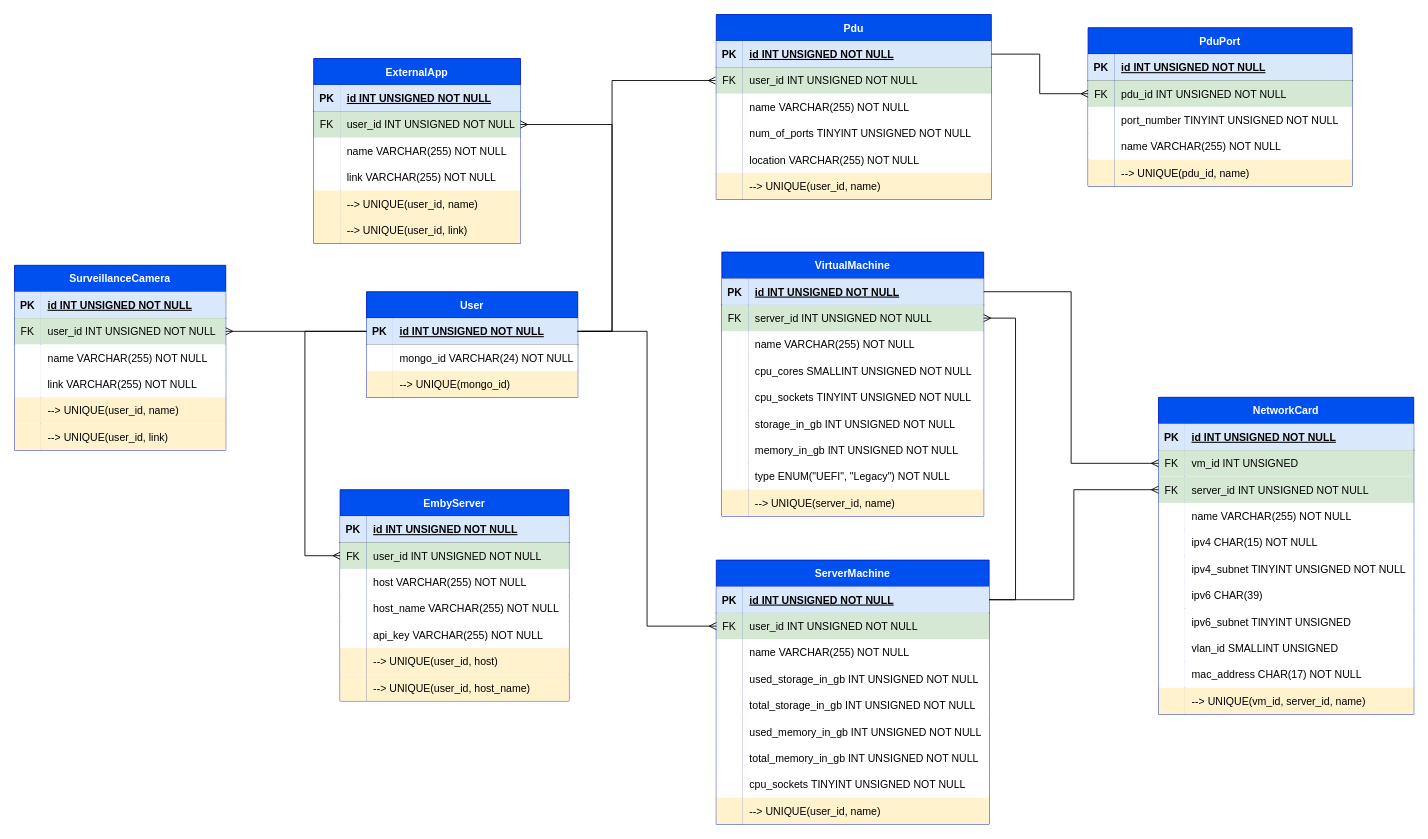
jahnueldorelus/dashboard-db keeps this draw.io diagram as entity-relationship-diagram/Database ERD.drawio. Above is the earlier version. Source tidied: cells renumbered, new cells numbered last; positions are measured from the earlier drawing's top-left corner, leaving out a move shared by most shapes. Both pictures are drawn from the tidied source at 88%, with x=0, y=0 at pixel (14, 14).
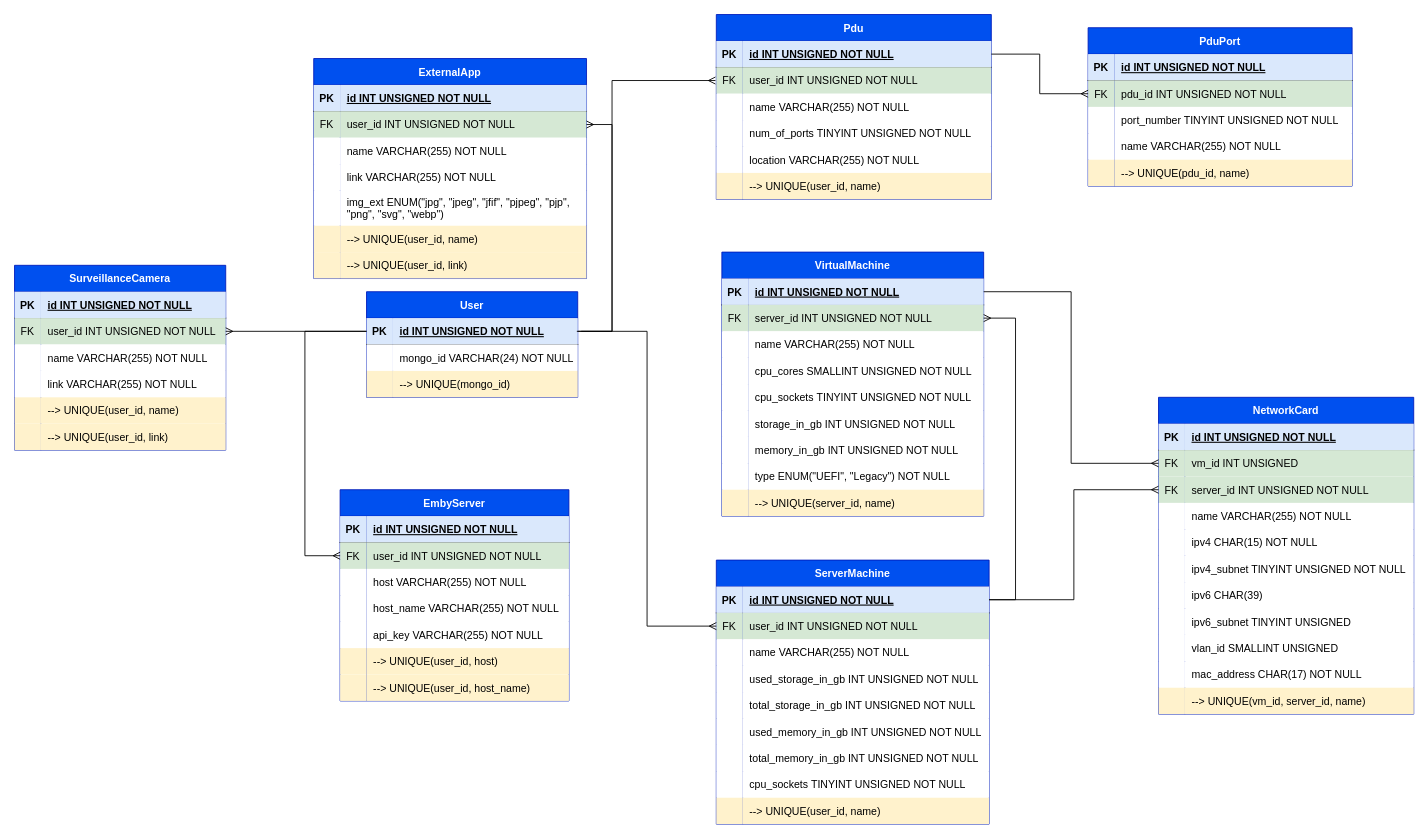
Above is the later version.

The edit, as a diff of the source:
```diff
@@
     <mxCell id="12" value="ExternalApp" style="shape=table;startSize=30;childLayout=tableLayout;rowLines=0;fontStyle=1;align=center;fillColor=#0050ef;fontColor=#ffffff;strokeColor=#001DBC;" parent="1" vertex="1">
-      <mxGeometry x="340" y="50" width="235" height="210" as="geometry" />
+      <mxGeometry x="340" y="50" width="310" height="250" as="geometry" />
     </mxCell>
     <mxCell id="13" style="shape=partialRectangle;fillColor=none;top=0;left=0;right=0;bottom=1;" parent="12" vertex="1">
-      <mxGeometry y="30" width="235" height="30" as="geometry" />
+      <mxGeometry y="30" width="310" height="30" as="geometry" />
     </mxCell>
@@
     <mxCell id="15" value="id INT UNSIGNED NOT NULL" style="shape=partialRectangle;overflow=hidden;fillColor=#dae8fc;top=0;left=0;bottom=0;right=0;align=left;spacingLeft=6;fontStyle=5;strokeColor=#6c8ebf;" parent="13" vertex="1">
-      <mxGeometry x="30" width="205" height="30" as="geometry" />
+      <mxGeometry x="30" width="280" height="30" as="geometry" />
     </mxCell>
     <mxCell id="16" style="shape=tableRow;horizontal=0;startSize=0;swimlaneHead=0;swimlaneBody=0;fillColor=none;points=[[0,0.5],[1,0.5]];portConstraint=eastwest;top=0;left=0;right=0;bottom=0;" parent="12" vertex="1">
-      <mxGeometry y="60" width="235" height="30" as="geometry" />
+      <mxGeometry y="60" width="310" height="30" as="geometry" />
     </mxCell>
@@
     <mxCell id="18" value="user_id INT UNSIGNED NOT NULL" style="shape=partialRectangle;fillColor=#d5e8d4;top=0;left=0;bottom=0;right=0;align=left;spacingLeft=6;overflow=hidden;strokeColor=#82b366;" parent="16" vertex="1">
-      <mxGeometry x="30" width="205" height="30" as="geometry" />
+      <mxGeometry x="30" width="280" height="30" as="geometry" />
     </mxCell>
     <mxCell id="19" style="shape=tableRow;horizontal=0;startSize=0;swimlaneHead=0;swimlaneBody=0;top=0;left=0;right=0;bottom=0;fillColor=none;" parent="12" vertex="1">
-      <mxGeometry y="90" width="235" height="30" as="geometry" />
+      <mxGeometry y="90" width="310" height="30" as="geometry" />
     </mxCell>
@@
     <mxCell id="21" value="name VARCHAR(255) NOT NULL" style="shape=partialRectangle;top=0;left=0;bottom=0;right=0;align=left;spacingLeft=6;overflow=hidden;" parent="19" vertex="1">
-      <mxGeometry x="30" width="205" height="30" as="geometry" />
+      <mxGeometry x="30" width="280" height="30" as="geometry" />
     </mxCell>
     <mxCell id="22" style="shape=tableRow;horizontal=0;startSize=0;swimlaneHead=0;swimlaneBody=0;top=0;left=0;right=0;bottom=0;fillColor=none;" parent="12" vertex="1">
-      <mxGeometry y="120" width="235" height="30" as="geometry" />
+      <mxGeometry y="120" width="310" height="30" as="geometry" />
     </mxCell>
@@
     <mxCell id="24" value="link VARCHAR(255) NOT NULL" style="shape=partialRectangle;top=0;left=0;bottom=0;right=0;align=left;spacingLeft=6;overflow=hidden;" parent="22" vertex="1">
-      <mxGeometry x="30" width="205" height="30" as="geometry" />
+      <mxGeometry x="30" width="280" height="30" as="geometry" />
     </mxCell>
+    <mxCell id="206" style="shape=tableRow;horizontal=0;startSize=0;swimlaneHead=0;swimlaneBody=0;fillColor=none;top=0;left=0;right=0;bottom=0;" parent="12" vertex="1">
+      <mxGeometry y="150" width="310" height="40" as="geometry" />
+    </mxCell>
+    <mxCell id="207" style="shape=partialRectangle;top=0;left=0;bottom=0;right=0;overflow=hidden;" parent="206" vertex="1">
+      <mxGeometry width="30" height="40" as="geometry" />
+    </mxCell>
+    <mxCell id="208" value="img_ext ENUM(&quot;jpg&quot;, &quot;jpeg&quot;, &quot;jfif&quot;, &quot;pjpeg&quot;, &quot;pjp&quot;,&#10;&quot;png&quot;, &quot;svg&quot;, &quot;webp&quot;)" style="shape=partialRectangle;top=0;left=0;bottom=0;right=0;align=left;spacingLeft=6;overflow=hidden;" parent="206" vertex="1">
+      <mxGeometry x="30" width="280" height="40" as="geometry" />
+    </mxCell>
     <mxCell id="25" style="shape=tableRow;horizontal=0;startSize=0;swimlaneHead=0;swimlaneBody=0;fillColor=none;top=0;left=0;right=0;bottom=0;" parent="12" vertex="1">
-      <mxGeometry y="150" width="235" height="30" as="geometry" />
+      <mxGeometry y="190" width="310" height="30" as="geometry" />
     </mxCell>
@@
     <mxCell id="27" value="--&gt; UNIQUE(user_id, name)" style="shape=partialRectangle;fillColor=#fff2cc;top=0;left=0;bottom=0;right=0;align=left;spacingLeft=6;overflow=hidden;strokeColor=#d6b656;" parent="25" vertex="1">
-      <mxGeometry x="30" width="205" height="30" as="geometry" />
+      <mxGeometry x="30" width="280" height="30" as="geometry" />
     </mxCell>
     <mxCell id="28" style="shape=tableRow;horizontal=0;startSize=0;swimlaneHead=0;swimlaneBody=0;fillColor=none;top=0;left=0;right=0;bottom=0;" parent="12" vertex="1">
-      <mxGeometry y="180" width="235" height="30" as="geometry" />
+      <mxGeometry y="220" width="310" height="30" as="geometry" />
     </mxCell>
@@
     <mxCell id="30" value="--&gt; UNIQUE(user_id, link)" style="shape=partialRectangle;fillColor=#fff2cc;top=0;left=0;bottom=0;right=0;align=left;spacingLeft=6;overflow=hidden;strokeColor=#d6b656;" parent="28" vertex="1">
-      <mxGeometry x="30" width="205" height="30" as="geometry" />
+      <mxGeometry x="30" width="280" height="30" as="geometry" />
     </mxCell>
```
